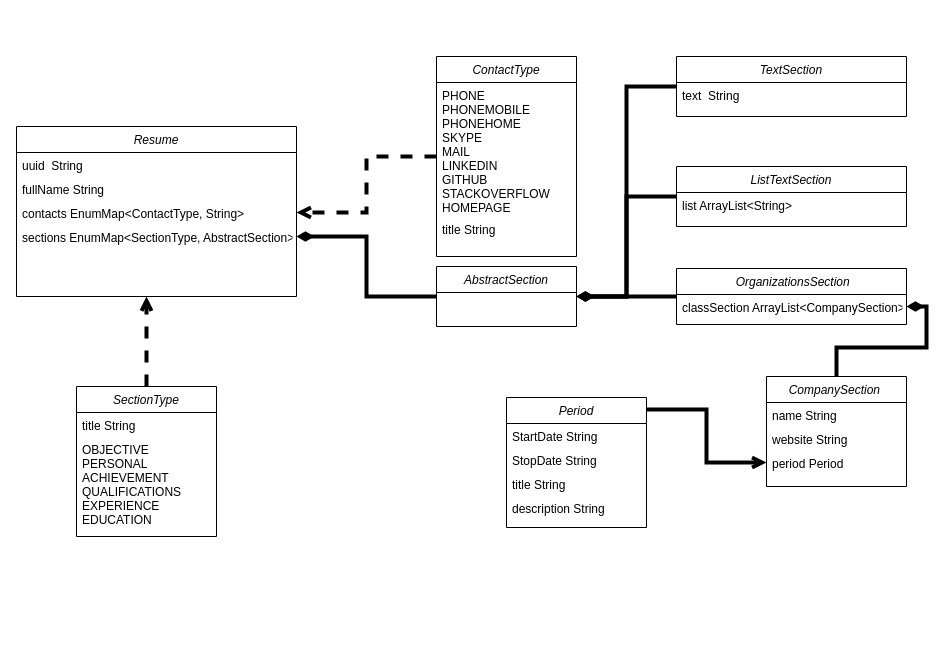
darken321/diagrams keeps this draw.io diagram as объектная модель резюме.drawio. Above is the earlier version. Source tidied: cells renumbered, new cells numbered last; positions are measured from the earlier drawing's top-left corner, leaving out a move shared by most shapes. Both pictures are drawn from the tidied source at 100%, with x=0, y=0 at pixel (16, 56).
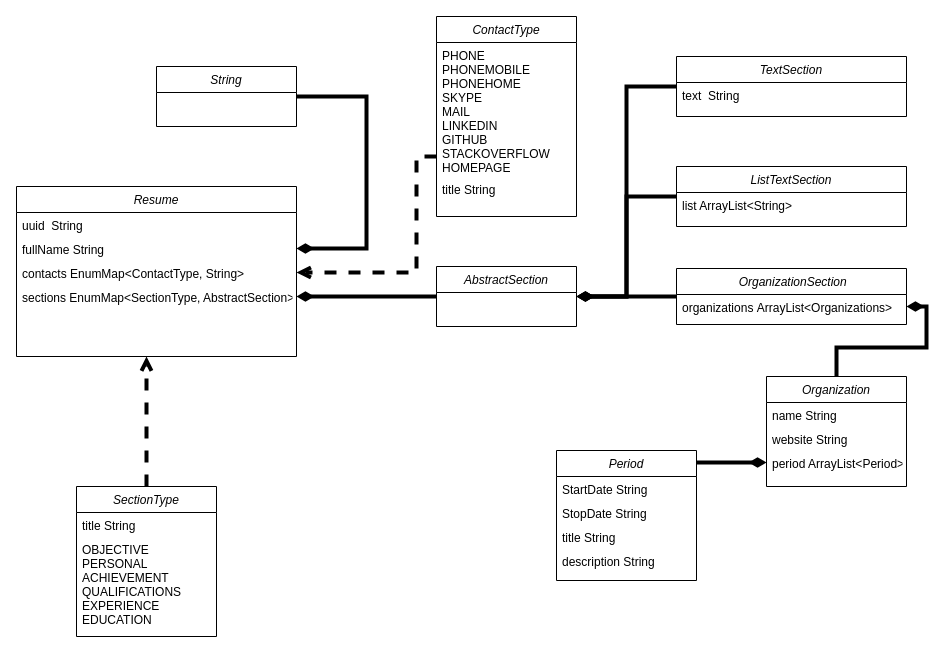
The same diagram, later.

Commit message:
Объектная модель резюме3.drawio

The change refers to these unchanged cells:
```xml
<mxCell id="4" value="fullName String" style="text;align=left;verticalAlign=top;spacingLeft=4;spacingRight=4;overflow=hidden;points=[[0,0.5],[1,0.5]];portConstraint=eastwest;" parent="2" vertex="1">
  <mxGeometry y="50" width="280" height="24" as="geometry" />
</mxCell>
<mxCell id="5" value="contacts EnumMap&lt;ContactType, String&gt;" style="text;align=left;verticalAlign=top;spacingLeft=4;spacingRight=4;overflow=hidden;points=[[0,0.5],[1,0.5]];portConstraint=eastwest;" parent="2" vertex="1">
  <mxGeometry y="74" width="280" height="24" as="geometry" />
</mxCell>
```

What changed in the source:
```diff
@@
     <mxCell id="2" value="Resume" style="swimlane;fontStyle=2;align=center;verticalAlign=top;horizontal=1;startSize=26;rounded=0;shadow=0;strokeWidth=1;" parent="1" vertex="1">
-      <mxGeometry y="70" width="280" height="170" as="geometry" />
+      <mxGeometry y="130" width="280" height="170" as="geometry" />
     </mxCell>
@@
     <mxCell id="7" style="edgeStyle=orthogonalEdgeStyle;rounded=0;jettySize=auto;html=1;strokeWidth=4;endArrow=open;endFill=0;dashed=1;" parent="1" edge="1" source="8">
       <mxGeometry relative="1" as="geometry">
-        <mxPoint x="130" y="240" as="targetPoint" />
+        <mxPoint x="130" y="300" as="targetPoint" />
       </mxGeometry>
     </mxCell>
     <mxCell id="8" value="SectionType" style="swimlane;fontStyle=2;align=center;verticalAlign=top;horizontal=1;startSize=26;rounded=0;shadow=0;strokeWidth=1;" parent="1" vertex="1">
-      <mxGeometry x="60" y="330" width="140" height="150" as="geometry" />
+      <mxGeometry x="60" y="430" width="140" height="150" as="geometry" />
     </mxCell>
@@
     <mxCell id="11" style="edgeStyle=orthogonalEdgeStyle;rounded=0;jettySize=auto;html=1;entryX=1;entryY=0.5;entryDx=0;entryDy=0;endArrow=open;endFill=0;strokeWidth=4;dashed=1;" parent="1" edge="1" source="12" target="5">
-      <mxGeometry relative="1" as="geometry" />
+      <mxGeometry relative="1" as="geometry">
+        <Array as="points">
+          <mxPoint x="400" y="100" />
+          <mxPoint x="400" y="216" />
+        </Array>
+      </mxGeometry>
     </mxCell>
     <mxCell id="12" value="ContactType" style="swimlane;fontStyle=2;align=center;verticalAlign=top;horizontal=1;startSize=26;rounded=0;shadow=0;strokeWidth=1;" parent="1" vertex="1">
-      <mxGeometry x="420" width="140" height="200" as="geometry" />
+      <mxGeometry x="420" y="-40" width="140" height="200" as="geometry" />
     </mxCell>
@@
-    <mxCell id="19" value="CompanySection " style="swimlane;fontStyle=2;align=center;verticalAlign=top;horizontal=1;startSize=26;rounded=0;shadow=0;strokeWidth=1;" parent="1" vertex="1">
+    <mxCell id="19" value="Organization" style="swimlane;fontStyle=2;align=center;verticalAlign=top;horizontal=1;startSize=26;rounded=0;shadow=0;strokeWidth=1;" parent="1" vertex="1">
       <mxGeometry x="750" y="320" width="140" height="110" as="geometry" />
     </mxCell>
@@
-    <mxCell id="22" value="period Period" style="text;align=left;verticalAlign=top;spacingLeft=4;spacingRight=4;overflow=hidden;points=[[0,0.5],[1,0.5]];portConstraint=eastwest;" parent="19" vertex="1">
+    <mxCell id="22" value="period ArrayList&lt;Period&gt;" style="text;align=left;verticalAlign=top;spacingLeft=4;spacingRight=4;overflow=hidden;points=[[0,0.5],[1,0.5]];portConstraint=eastwest;" parent="19" vertex="1">
       <mxGeometry y="74" width="140" height="24" as="geometry" />
     </mxCell>
@@
-    <mxCell id="29" value=" OrganizationsSection" style="swimlane;fontStyle=2;align=center;verticalAlign=top;horizontal=1;startSize=26;rounded=0;shadow=0;strokeWidth=1;" parent="1" vertex="1">
+    <mxCell id="29" value=" OrganizationSection" style="swimlane;fontStyle=2;align=center;verticalAlign=top;horizontal=1;startSize=26;rounded=0;shadow=0;strokeWidth=1;" parent="1" vertex="1">
       <mxGeometry x="660" y="212" width="230" height="56" as="geometry" />
     </mxCell>
-    <mxCell id="30" value="classSection ArrayList&lt;CompanySection&gt;" style="text;align=left;verticalAlign=top;spacingLeft=4;spacingRight=4;overflow=hidden;points=[[0,0.5],[1,0.5]];portConstraint=eastwest;" parent="29" vertex="1">
+    <mxCell id="30" value="organizations ArrayList&lt;Organizations&gt;" style="text;align=left;verticalAlign=top;spacingLeft=4;spacingRight=4;overflow=hidden;points=[[0,0.5],[1,0.5]];portConstraint=eastwest;" parent="29" vertex="1">
       <mxGeometry y="26" width="230" height="24" as="geometry" />
     </mxCell>
-    <mxCell id="31" style="edgeStyle=orthogonalEdgeStyle;rounded=0;jettySize=auto;html=1;strokeWidth=4;endArrow=open;endFill=0;exitX=1.003;exitY=0.093;exitDx=0;exitDy=0;exitPerimeter=0;" parent="1" edge="1" source="32" target="22">
+    <mxCell id="31" style="edgeStyle=orthogonalEdgeStyle;rounded=0;jettySize=auto;html=1;strokeWidth=4;endArrow=diamondThin;endFill=1;exitX=1.003;exitY=0.093;exitDx=0;exitDy=0;exitPerimeter=0;" parent="1" edge="1" source="32" target="22">
       <mxGeometry relative="1" as="geometry" />
     </mxCell>
     <mxCell id="32" value="Period" style="swimlane;fontStyle=2;align=center;verticalAlign=top;horizontal=1;startSize=26;rounded=0;shadow=0;strokeWidth=1;" parent="1" vertex="1">
-      <mxGeometry x="490" y="341" width="140" height="130" as="geometry" />
+      <mxGeometry x="540" y="394" width="140" height="130" as="geometry" />
     </mxCell>
@@
+    <mxCell id="37" style="edgeStyle=orthogonalEdgeStyle;rounded=0;jettySize=auto;html=1;strokeWidth=4;endArrow=diamondThin;endFill=1;" parent="1" edge="1" source="38" target="4">
+      <mxGeometry relative="1" as="geometry">
+        <Array as="points">
+          <mxPoint x="350" y="40" />
+          <mxPoint x="350" y="192" />
+        </Array>
+      </mxGeometry>
+    </mxCell>
+    <mxCell id="38" value="String" style="swimlane;fontStyle=2;align=center;verticalAlign=top;horizontal=1;startSize=26;rounded=0;shadow=0;strokeWidth=1;" parent="1" vertex="1">
+      <mxGeometry x="140" y="10" width="140" height="60" as="geometry" />
+    </mxCell>
```
